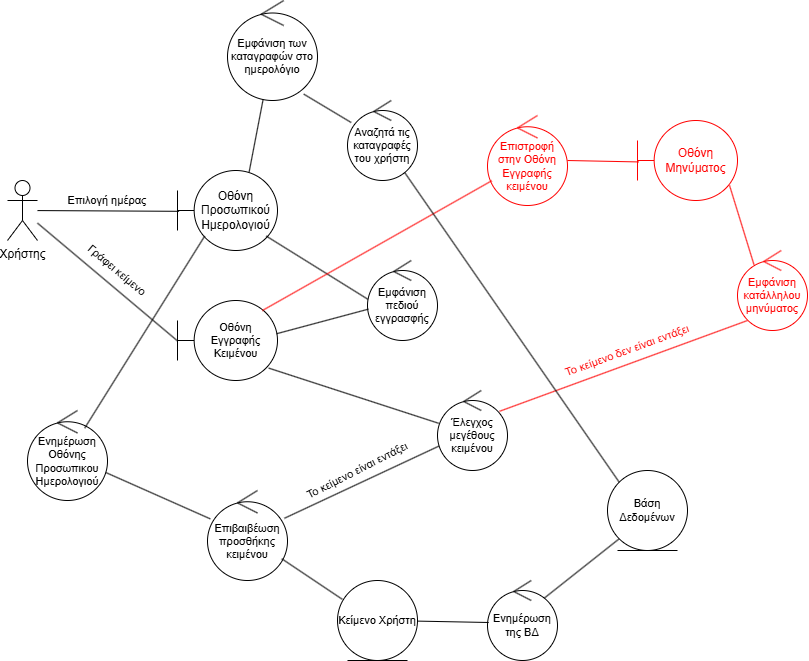
Above: RD-UC-4.png in GeorgeTsav/Software-Technology---Project-2024-2025 (draw.io), before the change. Source tidied: cells renumbered, new cells last; positions are measured from the earlier drawing's top-left corner, leaving out a move shared by most shapes. Source of this version:
```xml
<mxGraphModel>
  <root>
    <mxCell id="0" />
    <mxCell id="1" parent="0" />
    <mxCell id="2" value="Χρήστης" style="shape=umlActor;verticalLabelPosition=bottom;verticalAlign=top;html=1;outlineConnect=0;" parent="1" vertex="1">
      <mxGeometry y="180" width="30" height="60" as="geometry" />
    </mxCell>
    <mxCell id="3" value="Οθόνη Προσωπικού Ημερολογιού" style="shape=umlBoundary;whiteSpace=wrap;html=1;" parent="1" vertex="1">
      <mxGeometry x="170" y="170" width="100" height="80" as="geometry" />
    </mxCell>
    <mxCell id="4" style="edgeStyle=none;shape=connector;rounded=0;jettySize=auto;html=1;entryX=0.016;entryY=0.51;entryDx=0;entryDy=0;entryPerimeter=0;strokeColor=default;align=center;verticalAlign=middle;fontFamily=Helvetica;fontSize=11;fontColor=default;labelBackgroundColor=default;startFill=0;endArrow=none;" parent="1" edge="1" source="2" target="3">
      <mxGeometry relative="1" as="geometry" />
    </mxCell>
    <mxCell id="5" value="Εμφάνιση πεδιού εγγρασφής" style="ellipse;shape=umlControl;whiteSpace=wrap;html=1;fontFamily=Helvetica;fontSize=11;fontColor=default;labelBackgroundColor=none;" parent="1" vertex="1">
      <mxGeometry x="360" y="260" width="70" height="80" as="geometry" />
    </mxCell>
    <mxCell id="6" value="Επιλογή ημέρας" style="text;html=1;align=center;verticalAlign=middle;whiteSpace=wrap;rounded=0;fontFamily=Helvetica;fontSize=11;fontColor=default;labelBackgroundColor=default;rotation=0;" parent="1" vertex="1">
      <mxGeometry x="50" y="190" width="100" height="20" as="geometry" />
    </mxCell>
    <mxCell id="7" style="edgeStyle=none;shape=connector;rounded=0;jettySize=auto;html=1;entryX=0.006;entryY=0.485;entryDx=0;entryDy=0;entryPerimeter=0;strokeColor=default;align=center;verticalAlign=middle;fontFamily=Helvetica;fontSize=11;fontColor=default;labelBackgroundColor=default;startFill=0;endArrow=none;exitX=0.888;exitY=0.82;exitDx=0;exitDy=0;exitPerimeter=0;" parent="1" edge="1" source="3" target="5">
      <mxGeometry relative="1" as="geometry" />
    </mxCell>
    <mxCell id="8" value="Οθόνη Εγγραφής Κειμένου" style="shape=umlBoundary;whiteSpace=wrap;html=1;fontFamily=Helvetica;fontSize=11;fontColor=default;labelBackgroundColor=none;" parent="1" vertex="1">
      <mxGeometry x="170" y="300" width="100" height="80" as="geometry" />
    </mxCell>
    <mxCell id="9" style="edgeStyle=none;shape=connector;rounded=0;jettySize=auto;html=1;entryX=0.992;entryY=0.415;entryDx=0;entryDy=0;entryPerimeter=0;strokeColor=default;align=center;verticalAlign=middle;fontFamily=Helvetica;fontSize=11;fontColor=default;labelBackgroundColor=default;startFill=0;endArrow=none;" parent="1" edge="1" source="5" target="8">
      <mxGeometry relative="1" as="geometry" />
    </mxCell>
    <mxCell id="10" style="edgeStyle=none;shape=connector;rounded=0;jettySize=auto;html=1;entryX=0;entryY=0.505;entryDx=0;entryDy=0;entryPerimeter=0;strokeColor=default;align=center;verticalAlign=middle;fontFamily=Helvetica;fontSize=11;fontColor=default;labelBackgroundColor=default;startFill=0;endArrow=none;" parent="1" edge="1" source="2" target="8">
      <mxGeometry relative="1" as="geometry" />
    </mxCell>
    <mxCell id="11" value="Γράφει κείμενο" style="text;html=1;align=center;verticalAlign=middle;whiteSpace=wrap;rounded=0;fontFamily=Helvetica;fontSize=11;fontColor=default;labelBackgroundColor=default;rotation=40;" parent="1" vertex="1">
      <mxGeometry x="60" y="260" width="100" height="20" as="geometry" />
    </mxCell>
    <mxCell id="12" style="edgeStyle=none;shape=connector;rounded=0;jettySize=auto;html=1;strokeColor=default;align=center;verticalAlign=middle;fontFamily=Helvetica;fontSize=11;fontColor=default;labelBackgroundColor=default;startFill=0;endArrow=none;" parent="1" edge="1" source="14" target="17">
      <mxGeometry relative="1" as="geometry" />
    </mxCell>
    <mxCell id="13" style="edgeStyle=none;shape=connector;rounded=0;jettySize=auto;html=1;strokeColor=#FF0000;align=center;verticalAlign=middle;fontFamily=Helvetica;fontSize=11;fontColor=#FF0000;labelBackgroundColor=default;startFill=0;endArrow=none;exitX=0.886;exitY=0.26;exitDx=0;exitDy=0;exitPerimeter=0;entryX=0.143;entryY=0.875;entryDx=0;entryDy=0;entryPerimeter=0;" parent="1" edge="1" source="14" target="27">
      <mxGeometry relative="1" as="geometry" />
    </mxCell>
    <mxCell id="14" value="Έλεγχος μεγέθους κειμένου" style="ellipse;shape=umlControl;whiteSpace=wrap;html=1;fontFamily=Helvetica;fontSize=11;fontColor=default;labelBackgroundColor=none;" parent="1" vertex="1">
      <mxGeometry x="430" y="390" width="70" height="80" as="geometry" />
    </mxCell>
    <mxCell id="15" style="edgeStyle=none;shape=connector;rounded=0;jettySize=auto;html=1;entryX=0.017;entryY=0.41;entryDx=0;entryDy=0;entryPerimeter=0;strokeColor=default;align=center;verticalAlign=middle;fontFamily=Helvetica;fontSize=11;fontColor=default;labelBackgroundColor=default;startFill=0;endArrow=none;exitX=0.912;exitY=0.845;exitDx=0;exitDy=0;exitPerimeter=0;" parent="1" edge="1" source="8" target="14">
      <mxGeometry relative="1" as="geometry" />
    </mxCell>
    <mxCell id="16" style="edgeStyle=none;shape=connector;rounded=0;jettySize=auto;html=1;strokeColor=default;align=center;verticalAlign=middle;fontFamily=Helvetica;fontSize=11;fontColor=default;labelBackgroundColor=default;startFill=0;endArrow=none;" parent="1" edge="1" source="17" target="19">
      <mxGeometry relative="1" as="geometry" />
    </mxCell>
    <mxCell id="17" value="Επιβαιβέωση προσθήκης κειμένου" style="ellipse;shape=umlControl;whiteSpace=wrap;html=1;fontFamily=Helvetica;fontSize=11;fontColor=default;labelBackgroundColor=none;" parent="1" vertex="1">
      <mxGeometry x="200" y="490" width="80" height="90" as="geometry" />
    </mxCell>
    <mxCell id="18" value="Το κείμενο είναι εντάξει" style="text;html=1;align=center;verticalAlign=middle;whiteSpace=wrap;rounded=0;fontFamily=Helvetica;fontSize=11;fontColor=default;labelBackgroundColor=default;rotation=-27;" parent="1" vertex="1">
      <mxGeometry x="280" y="460" width="140" height="20" as="geometry" />
    </mxCell>
    <mxCell id="19" value="Ενημέρωση Οθόνης Προσωπικου Ημερολογιού" style="ellipse;shape=umlControl;whiteSpace=wrap;html=1;fontFamily=Helvetica;fontSize=11;fontColor=default;labelBackgroundColor=none;" parent="1" vertex="1">
      <mxGeometry x="20" y="410" width="80" height="90" as="geometry" />
    </mxCell>
    <mxCell id="20" style="edgeStyle=none;shape=connector;rounded=0;jettySize=auto;html=1;entryX=0.272;entryY=0.82;entryDx=0;entryDy=0;entryPerimeter=0;strokeColor=default;align=center;verticalAlign=middle;fontFamily=Helvetica;fontSize=11;fontColor=default;labelBackgroundColor=default;startFill=0;endArrow=none;exitX=0.715;exitY=0.196;exitDx=0;exitDy=0;exitPerimeter=0;" parent="1" edge="1" source="19" target="3">
      <mxGeometry relative="1" as="geometry" />
    </mxCell>
    <mxCell id="21" value="Κείμενο Χρήστη" style="ellipse;shape=umlEntity;whiteSpace=wrap;html=1;fontFamily=Helvetica;fontSize=11;fontColor=default;labelBackgroundColor=none;" parent="1" vertex="1">
      <mxGeometry x="330" y="580" width="80" height="80" as="geometry" />
    </mxCell>
    <mxCell id="22" style="edgeStyle=none;shape=connector;rounded=0;jettySize=auto;html=1;entryX=0.06;entryY=0.235;entryDx=0;entryDy=0;entryPerimeter=0;strokeColor=default;align=center;verticalAlign=middle;fontFamily=Helvetica;fontSize=11;fontColor=default;labelBackgroundColor=default;startFill=0;endArrow=none;" parent="1" edge="1" source="17" target="21">
      <mxGeometry relative="1" as="geometry" />
    </mxCell>
    <mxCell id="23" style="edgeStyle=none;shape=connector;rounded=0;jettySize=auto;html=1;entryX=0;entryY=1;entryDx=0;entryDy=0;strokeColor=default;align=center;verticalAlign=middle;fontFamily=Helvetica;fontSize=11;fontColor=default;labelBackgroundColor=default;startFill=0;endArrow=none;exitX=0.803;exitY=0.226;exitDx=0;exitDy=0;exitPerimeter=0;" parent="1" edge="1" source="24" target="26">
      <mxGeometry relative="1" as="geometry" />
    </mxCell>
    <mxCell id="24" value="Ενημέρωση της ΒΔ" style="ellipse;shape=umlControl;whiteSpace=wrap;html=1;fontFamily=Helvetica;fontSize=11;fontColor=default;labelBackgroundColor=none;" parent="1" vertex="1">
      <mxGeometry x="480" y="580" width="70" height="80" as="geometry" />
    </mxCell>
    <mxCell id="25" style="edgeStyle=none;shape=connector;rounded=0;jettySize=auto;html=1;entryX=0.017;entryY=0.525;entryDx=0;entryDy=0;entryPerimeter=0;strokeColor=default;align=center;verticalAlign=middle;fontFamily=Helvetica;fontSize=11;fontColor=default;labelBackgroundColor=default;startFill=0;endArrow=none;" parent="1" edge="1" source="21" target="24">
      <mxGeometry relative="1" as="geometry" />
    </mxCell>
    <mxCell id="26" value="Βάση Δεδομένων" style="ellipse;shape=umlEntity;whiteSpace=wrap;html=1;fontFamily=Helvetica;fontSize=11;fontColor=default;labelBackgroundColor=none;" parent="1" vertex="1">
      <mxGeometry x="600" y="470" width="80" height="80" as="geometry" />
    </mxCell>
    <mxCell id="27" value="Εμφάνιση κατάλληλου μηνύματος" style="ellipse;shape=umlControl;whiteSpace=wrap;html=1;fontFamily=Helvetica;fontSize=11;fontColor=#FF0000;labelBackgroundColor=none;strokeColor=#FF0000;" parent="1" vertex="1">
      <mxGeometry x="730" y="250" width="70" height="80" as="geometry" />
    </mxCell>
    <mxCell id="28" value="Το κείμενο δεν είναι εντάξει" style="text;html=1;align=center;verticalAlign=middle;whiteSpace=wrap;rounded=0;fontFamily=Helvetica;fontSize=11;fontColor=#FF0000;labelBackgroundColor=default;rotation=-20;strokeColor=none;" parent="1" vertex="1">
      <mxGeometry x="550" y="340" width="140" height="20" as="geometry" />
    </mxCell>
    <mxCell id="29" value="Οθόνη Μηνύματος" style="shape=umlBoundary;whiteSpace=wrap;html=1;fontColor=#FF0000;strokeColor=#FF0000;" parent="1" vertex="1">
      <mxGeometry x="630" y="120" width="100" height="80" as="geometry" />
    </mxCell>
    <mxCell id="30" style="edgeStyle=none;shape=connector;rounded=0;jettySize=auto;html=1;entryX=0.92;entryY=0.81;entryDx=0;entryDy=0;entryPerimeter=0;strokeColor=#FF0000;align=center;verticalAlign=middle;fontFamily=Helvetica;fontSize=11;fontColor=#FF0000;labelBackgroundColor=default;startFill=0;endArrow=none;exitX=0.235;exitY=0.176;exitDx=0;exitDy=0;exitPerimeter=0;" parent="1" edge="1" source="27" target="29">
      <mxGeometry relative="1" as="geometry" />
    </mxCell>
    <mxCell id="31" value="Επιστροφή στην Οθόνη Εγγραφής κειμένου" style="ellipse;shape=umlControl;whiteSpace=wrap;html=1;fontFamily=Helvetica;fontSize=11;fontColor=#FF0000;labelBackgroundColor=none;strokeColor=#FF0000;" parent="1" vertex="1">
      <mxGeometry x="480" y="115" width="80" height="90" as="geometry" />
    </mxCell>
    <mxCell id="32" style="edgeStyle=none;shape=connector;rounded=0;jettySize=auto;html=1;entryX=1;entryY=0.5;entryDx=0;entryDy=0;entryPerimeter=0;strokeColor=#FF0000;align=center;verticalAlign=middle;fontFamily=Helvetica;fontSize=11;fontColor=default;labelBackgroundColor=default;startFill=0;endArrow=none;exitX=0.014;exitY=0.518;exitDx=0;exitDy=0;exitPerimeter=0;" parent="1" edge="1" source="29" target="31">
      <mxGeometry relative="1" as="geometry" />
    </mxCell>
    <mxCell id="33" style="edgeStyle=none;shape=connector;rounded=0;jettySize=auto;html=1;entryX=0.848;entryY=0.126;entryDx=0;entryDy=0;entryPerimeter=0;strokeColor=#FF0000;align=center;verticalAlign=middle;fontFamily=Helvetica;fontSize=11;fontColor=default;labelBackgroundColor=default;startFill=0;endArrow=none;" parent="1" edge="1" source="31" target="8">
      <mxGeometry relative="1" as="geometry" />
    </mxCell>
    <mxCell id="34" style="rounded=0;jettySize=auto;html=1;endArrow=none;startFill=0;entryX=0;entryY=0;entryDx=0;entryDy=0;" parent="1" edge="1" source="35" target="26">
      <mxGeometry relative="1" as="geometry" />
    </mxCell>
    <mxCell id="35" value="Αναζητά τις καταγραφές του χρήστη" style="ellipse;shape=umlControl;whiteSpace=wrap;html=1;fontFamily=Helvetica;fontSize=11;fontColor=default;labelBackgroundColor=none;" parent="1" vertex="1">
      <mxGeometry x="340" y="100" width="70" height="80" as="geometry" />
    </mxCell>
    <mxCell id="36" value="Εμφάνιση των καταγραφών στο ημερολόγιο" style="ellipse;shape=umlControl;whiteSpace=wrap;html=1;fontFamily=Helvetica;fontSize=11;fontColor=default;labelBackgroundColor=none;" parent="1" vertex="1">
      <mxGeometry x="220" width="90" height="100" as="geometry" />
    </mxCell>
    <mxCell id="37" style="edgeStyle=none;shape=connector;rounded=0;jettySize=auto;html=1;entryX=0.847;entryY=0.936;entryDx=0;entryDy=0;entryPerimeter=0;strokeColor=default;align=center;verticalAlign=middle;fontFamily=Helvetica;fontSize=11;fontColor=default;labelBackgroundColor=default;startFill=0;endArrow=none;" parent="1" edge="1" source="35" target="36">
      <mxGeometry relative="1" as="geometry" />
    </mxCell>
    <mxCell id="38" style="edgeStyle=none;shape=connector;rounded=0;jettySize=auto;html=1;entryX=0.716;entryY=0.021;entryDx=0;entryDy=0;entryPerimeter=0;strokeColor=default;align=center;verticalAlign=middle;fontFamily=Helvetica;fontSize=11;fontColor=default;labelBackgroundColor=default;startFill=0;endArrow=none;" parent="1" edge="1" source="36" target="3">
      <mxGeometry relative="1" as="geometry" />
    </mxCell>
  </root>
</mxGraphModel>
```
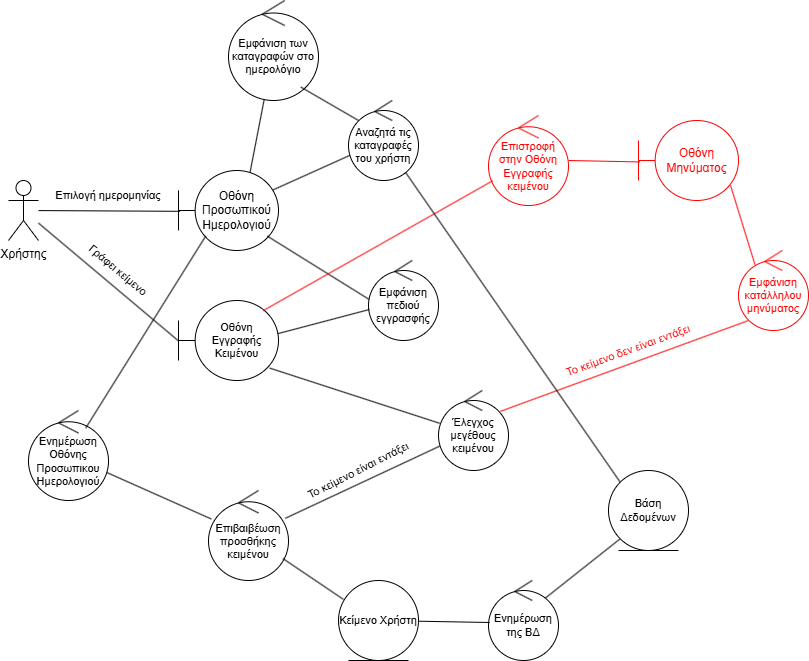
Later version of the same file.

Diff of the diagram source:
```diff
@@ -5,6 +5,9 @@
     <mxCell id="2" value="Χρήστης" style="shape=umlActor;verticalLabelPosition=bottom;verticalAlign=top;html=1;outlineConnect=0;" parent="1" vertex="1">
       <mxGeometry y="180" width="30" height="60" as="geometry" />
     </mxCell>
+    <mxCell id="39" style="rounded=0;jettySize=auto;html=1;endArrow=none;startFill=0;exitX=0.936;exitY=0.248;exitDx=0;exitDy=0;exitPerimeter=0;" parent="1" edge="1" source="3" target="35">
+      <mxGeometry relative="1" as="geometry" />
+    </mxCell>
     <mxCell id="3" value="Οθόνη Προσωπικού Ημερολογιού" style="shape=umlBoundary;whiteSpace=wrap;html=1;" parent="1" vertex="1">
       <mxGeometry x="170" y="170" width="100" height="80" as="geometry" />
     </mxCell>
@@ -14,8 +17,8 @@
     <mxCell id="5" value="Εμφάνιση πεδιού εγγρασφής" style="ellipse;shape=umlControl;whiteSpace=wrap;html=1;fontFamily=Helvetica;fontSize=11;fontColor=default;labelBackgroundColor=none;" parent="1" vertex="1">
       <mxGeometry x="360" y="260" width="70" height="80" as="geometry" />
     </mxCell>
-    <mxCell id="6" value="Επιλογή ημέρας" style="text;html=1;align=center;verticalAlign=middle;whiteSpace=wrap;rounded=0;fontFamily=Helvetica;fontSize=11;fontColor=default;labelBackgroundColor=default;rotation=0;" parent="1" vertex="1">
-      <mxGeometry x="50" y="190" width="100" height="20" as="geometry" />
+    <mxCell id="6" value="Επιλογή ημερομηνίας" style="text;html=1;align=center;verticalAlign=middle;whiteSpace=wrap;rounded=0;fontFamily=Helvetica;fontSize=11;fontColor=default;labelBackgroundColor=default;rotation=0;" parent="1" vertex="1">
+      <mxGeometry x="40" y="185" width="120" height="20" as="geometry" />
     </mxCell>
     <mxCell id="7" style="edgeStyle=none;shape=connector;rounded=0;jettySize=auto;html=1;entryX=0.006;entryY=0.485;entryDx=0;entryDy=0;entryPerimeter=0;strokeColor=default;align=center;verticalAlign=middle;fontFamily=Helvetica;fontSize=11;fontColor=default;labelBackgroundColor=default;startFill=0;endArrow=none;exitX=0.888;exitY=0.82;exitDx=0;exitDy=0;exitPerimeter=0;" parent="1" edge="1" source="3" target="5">
       <mxGeometry relative="1" as="geometry" />
@@ -107,7 +110,7 @@
     <mxCell id="36" value="Εμφάνιση των καταγραφών στο ημερολόγιο" style="ellipse;shape=umlControl;whiteSpace=wrap;html=1;fontFamily=Helvetica;fontSize=11;fontColor=default;labelBackgroundColor=none;" parent="1" vertex="1">
       <mxGeometry x="220" width="90" height="100" as="geometry" />
     </mxCell>
-    <mxCell id="37" style="edgeStyle=none;shape=connector;rounded=0;jettySize=auto;html=1;entryX=0.847;entryY=0.936;entryDx=0;entryDy=0;entryPerimeter=0;strokeColor=default;align=center;verticalAlign=middle;fontFamily=Helvetica;fontSize=11;fontColor=default;labelBackgroundColor=default;startFill=0;endArrow=none;" parent="1" edge="1" source="35" target="36">
+    <mxCell id="37" style="edgeStyle=none;shape=connector;rounded=0;jettySize=auto;html=1;entryX=0.804;entryY=0.866;entryDx=0;entryDy=0;entryPerimeter=0;strokeColor=default;align=center;verticalAlign=middle;fontFamily=Helvetica;fontSize=11;fontColor=default;labelBackgroundColor=default;startFill=0;endArrow=none;exitX=0.143;exitY=0.25;exitDx=0;exitDy=0;exitPerimeter=0;" parent="1" edge="1" source="35" target="36">
       <mxGeometry relative="1" as="geometry" />
     </mxCell>
     <mxCell id="38" style="edgeStyle=none;shape=connector;rounded=0;jettySize=auto;html=1;entryX=0.716;entryY=0.021;entryDx=0;entryDy=0;entryPerimeter=0;strokeColor=default;align=center;verticalAlign=middle;fontFamily=Helvetica;fontSize=11;fontColor=default;labelBackgroundColor=default;startFill=0;endArrow=none;" parent="1" edge="1" source="36" target="3">
```
